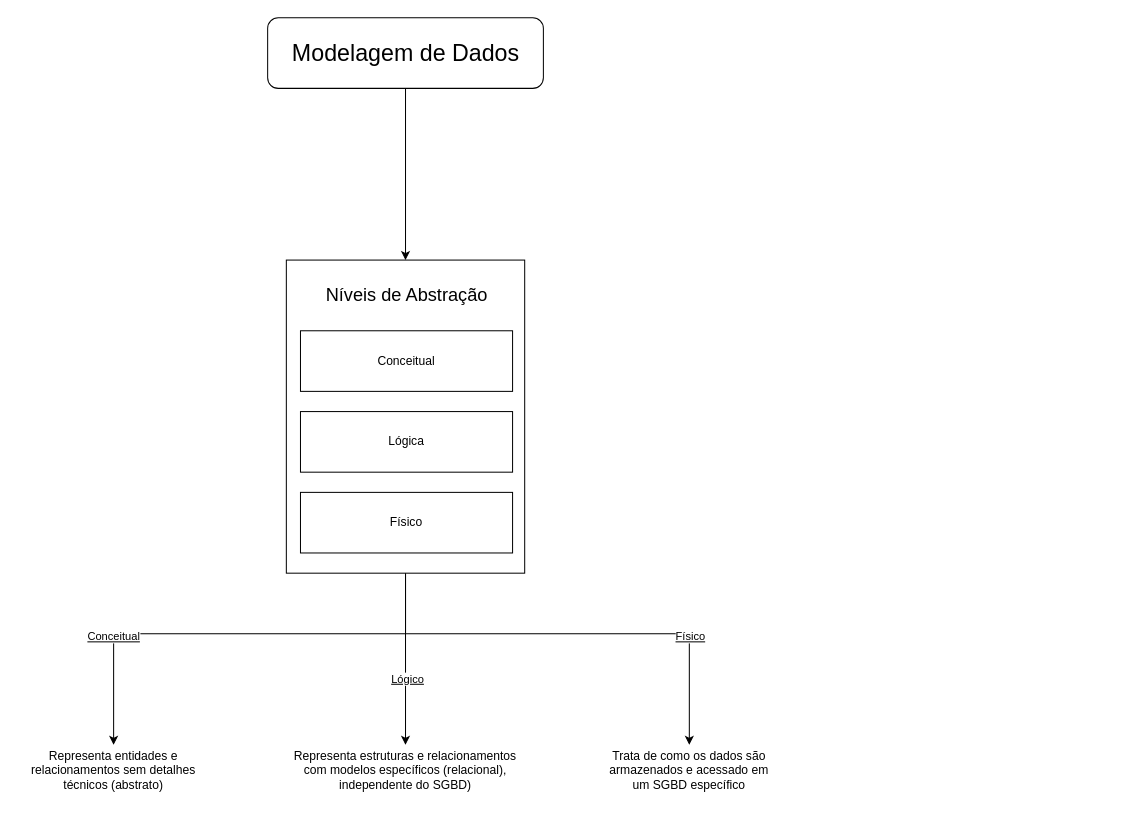
The draw.io diagram Banco-de-Dados/banco_de_dados_revisao-av1.drawio in mateus-s-a/IFMT_Eng_Computacao, before the edit. Source tidied: cells renumbered, new cells numbered last; positions are measured from the earlier drawing's top-left corner, leaving out a move shared by most shapes. Both pictures are drawn from the tidied source at 101%, with x=0, y=0 at pixel (17, 17).
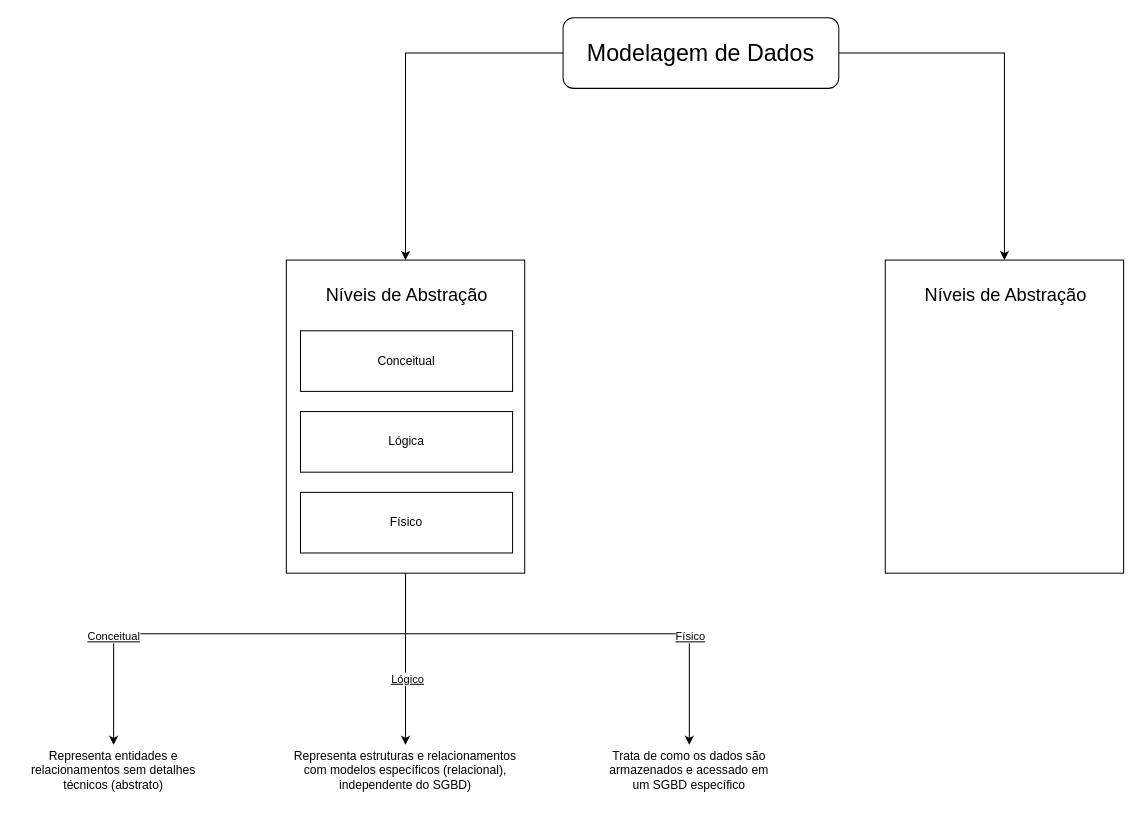
After the change.

The edit, as a diff of the source:
```diff
@@
+    <mxCell id="18" style="edgeStyle=orthogonalEdgeStyle;rounded=0;jettySize=auto;html=1;entryX=0.5;entryY=0;entryDx=0;entryDy=0;" parent="1" edge="1" source="17" target="19">
+      <mxGeometry relative="1" as="geometry" />
+    </mxCell>
     <mxCell id="17" value="&lt;font style=&quot;font-size: 23px;&quot;&gt;Modelagem de Dados&lt;/font&gt;" style="rounded=1;whiteSpace=wrap;html=1;" parent="1" vertex="1">
-      <mxGeometry x="247.5" width="273" height="70" as="geometry" />
+      <mxGeometry x="540" width="273" height="70" as="geometry" />
     </mxCell>
+    <mxCell id="19" style="rounded=0;whiteSpace=wrap;html=1;" parent="1" vertex="1">
+      <mxGeometry x="859" y="240" width="236" height="310" as="geometry" />
+    </mxCell>
+    <mxCell id="20" value="&lt;font style=&quot;font-size: 18px;&quot;&gt;Níveis de Abstração&lt;/font&gt;" style="text;strokeColor=none;align=center;fillColor=none;html=1;verticalAlign=middle;whiteSpace=wrap;rounded=0;" parent="1" vertex="1">
+      <mxGeometry x="888.5" y="260" width="179" height="30" as="geometry" />
+    </mxCell>
```
